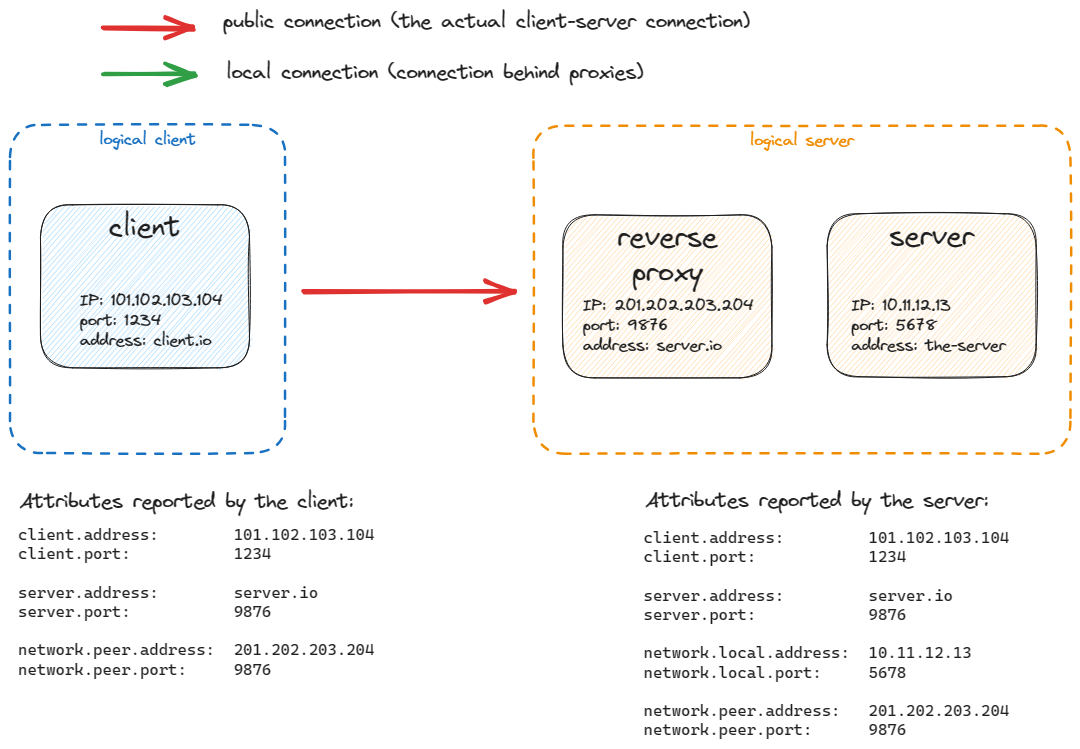
Before: docs/general/reverse-proxy.png, a diagram exported from Excalidraw (open-telemetry/semantic-conventions). Source tidied: one line per element, renumbered; positions are measured from the earlier drawing's top-left corner, leaving out a move shared by most shapes. The source it was exported from:
```json
{"id": 0, "type": "rectangle", "strokeColor": "#f08c00", "strokeWidth": 2, "strokeStyle": "dashed", "roughness": 1, "round": true, "x": 523, "y": 116, "width": 537, "height": 328}
{"id": 1, "type": "text", "text": "logical server", "strokeColor": "#f08c00", "backgroundColor": "#99e9f2", "fillStyle": "hachure", "strokeWidth": 1, "strokeStyle": "dashed", "roughness": 1, "fontSize": 16, "fontFamily": 1, "textAlign": "center", "inside": 0, "x": 740, "y": 121, "width": 104, "height": 20}
{"id": 2, "type": "rectangle", "strokeColor": "#1971c2", "strokeWidth": 2, "strokeStyle": "dashed", "roughness": 1, "round": true, "x": 0, "y": 115, "width": 275, "height": 328}
{"id": 3, "type": "text", "text": "logical client", "strokeColor": "#1971c2", "backgroundColor": "#99e9f2", "fillStyle": "hachure", "strokeWidth": 1, "strokeStyle": "dashed", "roughness": 1, "fontSize": 16, "fontFamily": 1, "textAlign": "center", "inside": 2, "x": 89, "y": 120, "width": 97, "height": 20}
{"id": 4, "type": "rectangle", "strokeColor": "#1e1e1e", "backgroundColor": "#a5d8ff", "fillStyle": "hachure", "strokeWidth": 1, "roughness": 1, "round": true, "x": 30, "y": 195, "width": 209, "height": 163}
{"id": 5, "type": "text", "text": "client", "strokeColor": "#1e1e1e", "backgroundColor": "#a5d8ff", "fillStyle": "hachure", "strokeWidth": 1, "roughness": 1, "fontSize": 28, "fontFamily": 1, "textAlign": "center", "inside": 4, "x": 99, "y": 200, "width": 72, "height": 35}
{"id": 6, "type": "text", "text": "IP: 101.102.103.104\nport: 1234\naddress: client.io", "strokeColor": "#1e1e1e", "backgroundColor": "#a5d8ff", "fillStyle": "hachure", "strokeWidth": 1, "roughness": 1, "fontSize": 16, "fontFamily": 1, "x": 70, "y": 281, "width": 143, "height": 60}
{"id": 7, "type": "rectangle", "strokeColor": "#1e1e1e", "backgroundColor": "#ffd8a8", "fillStyle": "hachure", "strokeWidth": 1, "roughness": 1, "round": true, "x": 553, "y": 205, "width": 209, "height": 163}
{"id": 8, "type": "text", "text": "reverse\nproxy", "strokeColor": "#1e1e1e", "backgroundColor": "#a5d8ff", "fillStyle": "hachure", "strokeWidth": 1, "roughness": 1, "fontSize": 28, "fontFamily": 1, "textAlign": "center", "inside": 7, "x": 607, "y": 210, "width": 100, "height": 70}
{"id": 9, "type": "text", "text": "IP: 201.202.203.204\nport: 9876\naddress: server.io", "strokeColor": "#1e1e1e", "backgroundColor": "#a5d8ff", "fillStyle": "hachure", "strokeWidth": 1, "roughness": 1, "fontSize": 16, "fontFamily": 1, "x": 573, "y": 286, "width": 171, "height": 60}
{"id": 10, "type": "arrow", "strokeColor": "#e03131", "backgroundColor": "#99e9f2", "fillStyle": "hachure", "strokeWidth": 4, "roughness": 1, "endArrowhead": "arrow", "round": true, "from": 2, "to": 0, "x": 294, "y": 283, "width": 212, "height": 1, "points": [[0, 0], [212, -1]]}
{"id": 11, "type": "arrow", "strokeColor": "#e03131", "backgroundColor": "#99e9f2", "fillStyle": "hachure", "strokeWidth": 4, "roughness": 1, "endArrowhead": "arrow", "round": true, "x": 94, "y": 18, "width": 90, "height": 1, "points": [[0, 0], [90, 1]]}
{"id": 12, "type": "arrow", "strokeColor": "#2f9e44", "backgroundColor": "#99e9f2", "fillStyle": "hachure", "strokeWidth": 4, "roughness": 1, "endArrowhead": "arrow", "round": true, "x": 94, "y": 63, "width": 90, "height": 1, "points": [[0, 0], [90, 1]]}
{"id": 13, "type": "text", "text": "public connection (the actual client-server connection)", "strokeColor": "#1e1e1e", "backgroundColor": "#ffd8a8", "fillStyle": "hachure", "strokeWidth": 2, "roughness": 1, "fontSize": 20, "fontFamily": 1, "textAlign": "center", "x": 213, "y": 0, "width": 527, "height": 25}
{"id": 14, "type": "text", "text": "local connection (connection behind proxies)", "strokeColor": "#1e1e1e", "backgroundColor": "#ffd8a8", "fillStyle": "hachure", "strokeWidth": 2, "roughness": 1, "fontSize": 20, "fontFamily": 1, "textAlign": "center", "x": 216, "y": 51, "width": 417, "height": 25}
{"id": 15, "type": "text", "text": "client.address:        101.102.103.104\nclient.port:           1234\n\nserver.address:        server.io\nserver.port:           9876\n\nnetwork.peer.address:  201.202.203.204\nnetwork.peer.port:     9876", "strokeColor": "#1e1e1e", "backgroundColor": "#a5d8ff", "fillStyle": "hachure", "strokeWidth": 1, "roughness": 1, "fontSize": 16, "fontFamily": 3, "x": 8, "y": 516, "width": 356, "height": 154}
{"id": 16, "type": "rectangle", "strokeColor": "#1e1e1e", "backgroundColor": "#ffd8a8", "fillStyle": "hachure", "strokeWidth": 1, "roughness": 1, "round": true, "x": 817, "y": 204, "width": 209, "height": 163}
{"id": 17, "type": "text", "text": "server", "strokeColor": "#1e1e1e", "backgroundColor": "#a5d8ff", "fillStyle": "hachure", "strokeWidth": 1, "roughness": 1, "fontSize": 28, "fontFamily": 1, "textAlign": "center", "inside": 16, "x": 879, "y": 209, "width": 85, "height": 35}
{"id": 18, "type": "text", "text": "IP: 10.11.12.13\nport: 5678\naddress: the-server", "strokeColor": "#1e1e1e", "backgroundColor": "#a5d8ff", "fillStyle": "hachure", "strokeWidth": 1, "roughness": 1, "fontSize": 16, "fontFamily": 1, "x": 841, "y": 286, "width": 154, "height": 60}
{"id": 19, "type": "text", "text": "client.address:         101.102.103.104\nclient.port:            1234\n\nserver.address:         server.io\nserver.port:            9876\n\nnetwork.local.address:  10.11.12.13\nnetwork.local.port:     5678\n\nnetwork.peer.address:   201.202.203.204\nnetwork.peer.port:      9876", "strokeColor": "#1e1e1e", "backgroundColor": "#a5d8ff", "fillStyle": "hachure", "strokeWidth": 1, "roughness": 1, "fontSize": 16, "fontFamily": 3, "x": 634, "y": 518, "width": 366, "height": 211}
{"id": 20, "type": "text", "text": "Attributes reported by the client:", "strokeColor": "#1e1e1e", "backgroundColor": "#a5d8ff", "fillStyle": "hachure", "strokeWidth": 1, "roughness": 1, "fontSize": 20, "fontFamily": 1, "x": 9, "y": 480, "width": 334, "height": 25}
{"id": 21, "type": "text", "text": "Attributes reported by the server:", "strokeColor": "#1e1e1e", "backgroundColor": "#a5d8ff", "fillStyle": "hachure", "strokeWidth": 1, "roughness": 1, "fontSize": 20, "fontFamily": 1, "x": 635, "y": 479, "width": 343, "height": 25}
```
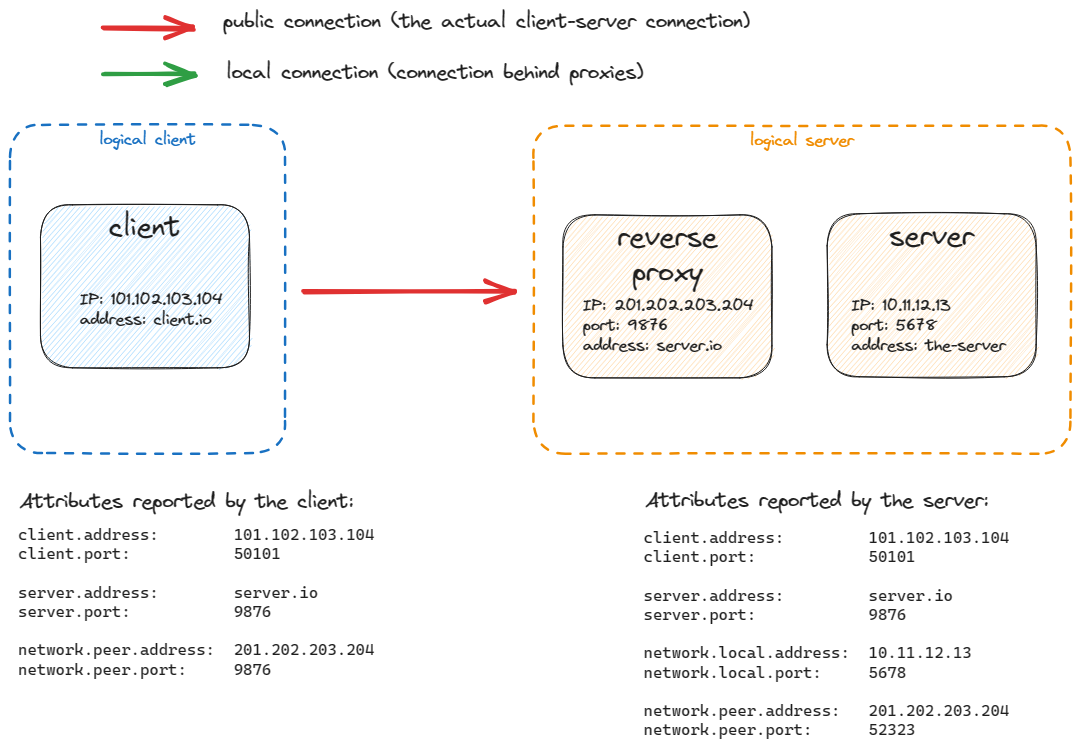
Later version of the same file.

Diff of the diagram source:
```diff
@@ -4,7 +4,7 @@
 {"id": 3, "type": "text", "text": "logical client", "strokeColor": "#1971c2", "backgroundColor": "#99e9f2", "fillStyle": "hachure", "strokeWidth": 1, "strokeStyle": "dashed", "roughness": 1, "fontSize": 16, "fontFamily": 1, "textAlign": "center", "inside": 2, "x": 89, "y": 120, "width": 97, "height": 20}
 {"id": 4, "type": "rectangle", "strokeColor": "#1e1e1e", "backgroundColor": "#a5d8ff", "fillStyle": "hachure", "strokeWidth": 1, "roughness": 1, "round": true, "x": 30, "y": 195, "width": 209, "height": 163}
 {"id": 5, "type": "text", "text": "client", "strokeColor": "#1e1e1e", "backgroundColor": "#a5d8ff", "fillStyle": "hachure", "strokeWidth": 1, "roughness": 1, "fontSize": 28, "fontFamily": 1, "textAlign": "center", "inside": 4, "x": 99, "y": 200, "width": 72, "height": 35}
-{"id": 6, "type": "text", "text": "IP: 101.102.103.104\nport: 1234\naddress: client.io", "strokeColor": "#1e1e1e", "backgroundColor": "#a5d8ff", "fillStyle": "hachure", "strokeWidth": 1, "roughness": 1, "fontSize": 16, "fontFamily": 1, "x": 70, "y": 281, "width": 143, "height": 60}
+{"id": 6, "type": "text", "text": "IP: 101.102.103.104\naddress: client.io", "strokeColor": "#1e1e1e", "backgroundColor": "#a5d8ff", "fillStyle": "hachure", "strokeWidth": 1, "roughness": 1, "fontSize": 16, "fontFamily": 1, "x": 70, "y": 280, "width": 143, "height": 40}
 {"id": 7, "type": "rectangle", "strokeColor": "#1e1e1e", "backgroundColor": "#ffd8a8", "fillStyle": "hachure", "strokeWidth": 1, "roughness": 1, "round": true, "x": 553, "y": 205, "width": 209, "height": 163}
 {"id": 8, "type": "text", "text": "reverse\nproxy", "strokeColor": "#1e1e1e", "backgroundColor": "#a5d8ff", "fillStyle": "hachure", "strokeWidth": 1, "roughness": 1, "fontSize": 28, "fontFamily": 1, "textAlign": "center", "inside": 7, "x": 607, "y": 210, "width": 100, "height": 70}
 {"id": 9, "type": "text", "text": "IP: 201.202.203.204\nport: 9876\naddress: server.io", "strokeColor": "#1e1e1e", "backgroundColor": "#a5d8ff", "fillStyle": "hachure", "strokeWidth": 1, "roughness": 1, "fontSize": 16, "fontFamily": 1, "x": 573, "y": 286, "width": 171, "height": 60}
@@ -13,10 +13,10 @@
 {"id": 12, "type": "arrow", "strokeColor": "#2f9e44", "backgroundColor": "#99e9f2", "fillStyle": "hachure", "strokeWidth": 4, "roughness": 1, "endArrowhead": "arrow", "round": true, "x": 94, "y": 63, "width": 90, "height": 1, "points": [[0, 0], [90, 1]]}
 {"id": 13, "type": "text", "text": "public connection (the actual client-server connection)", "strokeColor": "#1e1e1e", "backgroundColor": "#ffd8a8", "fillStyle": "hachure", "strokeWidth": 2, "roughness": 1, "fontSize": 20, "fontFamily": 1, "textAlign": "center", "x": 213, "y": 0, "width": 527, "height": 25}
 {"id": 14, "type": "text", "text": "local connection (connection behind proxies)", "strokeColor": "#1e1e1e", "backgroundColor": "#ffd8a8", "fillStyle": "hachure", "strokeWidth": 2, "roughness": 1, "fontSize": 20, "fontFamily": 1, "textAlign": "center", "x": 216, "y": 51, "width": 417, "height": 25}
-{"id": 15, "type": "text", "text": "client.address:        101.102.103.104\nclient.port:           1234\n\nserver.address:        server.io\nserver.port:           9876\n\nnetwork.peer.address:  201.202.203.204\nnetwork.peer.port:     9876", "strokeColor": "#1e1e1e", "backgroundColor": "#a5d8ff", "fillStyle": "hachure", "strokeWidth": 1, "roughness": 1, "fontSize": 16, "fontFamily": 3, "x": 8, "y": 516, "width": 356, "height": 154}
+{"id": 15, "type": "text", "text": "client.address:        101.102.103.104\nclient.port:           50101\n\nserver.address:        server.io\nserver.port:           9876\n\nnetwork.peer.address:  201.202.203.204\nnetwork.peer.port:     9876", "strokeColor": "#1e1e1e", "backgroundColor": "#a5d8ff", "fillStyle": "hachure", "strokeWidth": 1, "roughness": 1, "fontSize": 16, "fontFamily": 3, "x": 8, "y": 516, "width": 356, "height": 154}
 {"id": 16, "type": "rectangle", "strokeColor": "#1e1e1e", "backgroundColor": "#ffd8a8", "fillStyle": "hachure", "strokeWidth": 1, "roughness": 1, "round": true, "x": 817, "y": 204, "width": 209, "height": 163}
 {"id": 17, "type": "text", "text": "server", "strokeColor": "#1e1e1e", "backgroundColor": "#a5d8ff", "fillStyle": "hachure", "strokeWidth": 1, "roughness": 1, "fontSize": 28, "fontFamily": 1, "textAlign": "center", "inside": 16, "x": 879, "y": 209, "width": 85, "height": 35}
 {"id": 18, "type": "text", "text": "IP: 10.11.12.13\nport: 5678\naddress: the-server", "strokeColor": "#1e1e1e", "backgroundColor": "#a5d8ff", "fillStyle": "hachure", "strokeWidth": 1, "roughness": 1, "fontSize": 16, "fontFamily": 1, "x": 841, "y": 286, "width": 154, "height": 60}
-{"id": 19, "type": "text", "text": "client.address:         101.102.103.104\nclient.port:            1234\n\nserver.address:         server.io\nserver.port:            9876\n\nnetwork.local.address:  10.11.12.13\nnetwork.local.port:     5678\n\nnetwork.peer.address:   201.202.203.204\nnetwork.peer.port:      9876", "strokeColor": "#1e1e1e", "backgroundColor": "#a5d8ff", "fillStyle": "hachure", "strokeWidth": 1, "roughness": 1, "fontSize": 16, "fontFamily": 3, "x": 634, "y": 518, "width": 366, "height": 211}
+{"id": 19, "type": "text", "text": "client.address:         101.102.103.104\nclient.port:            50101\n\nserver.address:         server.io\nserver.port:            9876\n\nnetwork.local.address:  10.11.12.13\nnetwork.local.port:     5678\n\nnetwork.peer.address:   201.202.203.204\nnetwork.peer.port:      52323", "strokeColor": "#1e1e1e", "backgroundColor": "#a5d8ff", "fillStyle": "hachure", "strokeWidth": 1, "roughness": 1, "fontSize": 16, "fontFamily": 3, "x": 634, "y": 518, "width": 366, "height": 211}
 {"id": 20, "type": "text", "text": "Attributes reported by the client:", "strokeColor": "#1e1e1e", "backgroundColor": "#a5d8ff", "fillStyle": "hachure", "strokeWidth": 1, "roughness": 1, "fontSize": 20, "fontFamily": 1, "x": 9, "y": 480, "width": 334, "height": 25}
 {"id": 21, "type": "text", "text": "Attributes reported by the server:", "strokeColor": "#1e1e1e", "backgroundColor": "#a5d8ff", "fillStyle": "hachure", "strokeWidth": 1, "roughness": 1, "fontSize": 20, "fontFamily": 1, "x": 635, "y": 479, "width": 343, "height": 25}
```
